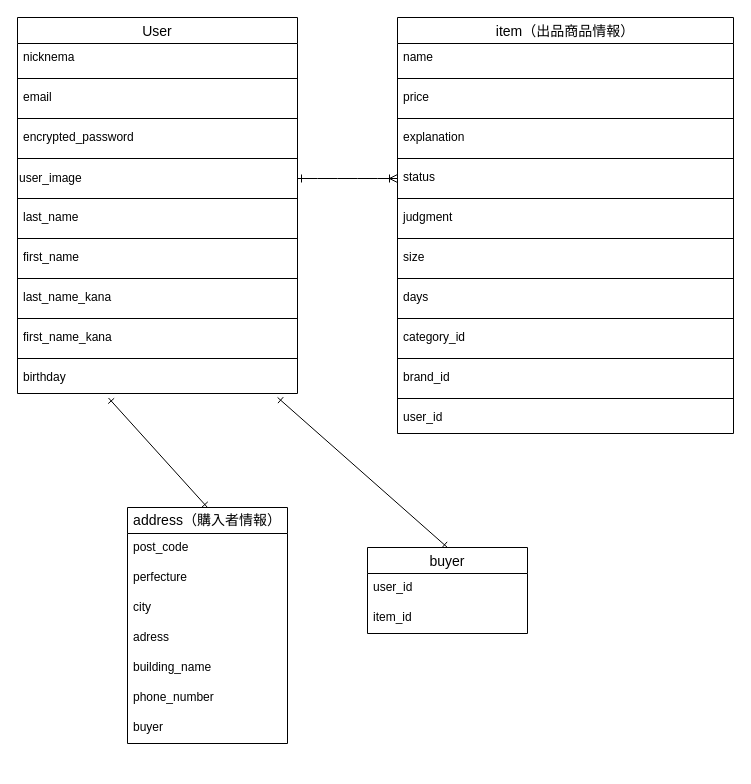
nocchicken/furima-39852 keeps this draw.io diagram as furima.dio. Above is the earlier version. Source tidied: cells renumbered, new cells numbered last; positions are measured from the earlier drawing's top-left corner, leaving out a move shared by most shapes. Both pictures are drawn from the tidied source at 100%, with x=0, y=0 at pixel (17, 17).
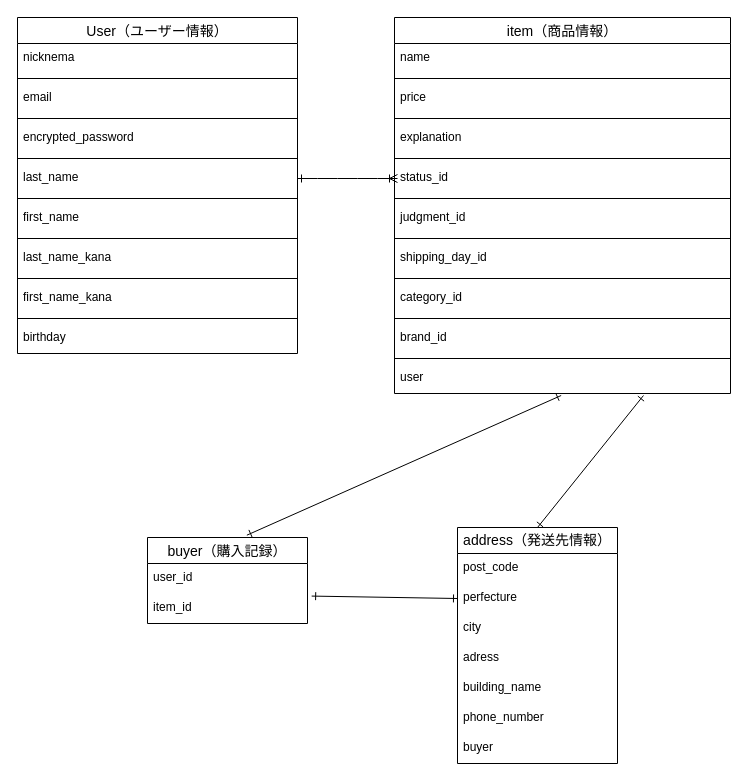
After the change.

Commit message (it also covers changes not shown here):
データベース設計　レビュー後修正3

https://gyazo.com/59d8d08cdedbf8d7a93b387734b20288

The change refers to these unchanged cells:
```xml
<mxCell id="43" value="item_id" style="text;strokeColor=none;fillColor=none;spacingLeft=4;spacingRight=4;overflow=hidden;points=[[0,0.5],[1,0.5]];portConstraint=eastwest;fontSize=12;" parent="41" vertex="1">
  <mxGeometry y="56" width="160" height="30" as="geometry" />
</mxCell>
<mxCell id="46" value="perfecture" style="text;strokeColor=none;fillColor=none;spacingLeft=4;spacingRight=4;overflow=hidden;points=[[0,0.5],[1,0.5]];portConstraint=eastwest;fontSize=12;" parent="44" vertex="1">
  <mxGeometry y="56" width="160" height="30" as="geometry" />
</mxCell>
```

Change to the diagram source:
```diff
@@
-    <mxCell id="2" value="User" style="swimlane;fontStyle=0;horizontal=1;startSize=26;align=center;fontSize=14;" parent="1" vertex="1">
-      <mxGeometry width="280" height="376" as="geometry" />
+    <mxCell id="2" value="User（ユーザー情報）" style="swimlane;fontStyle=0;horizontal=1;startSize=26;align=center;fontSize=14;" parent="1" vertex="1">
+      <mxGeometry width="280" height="336" as="geometry" />
     </mxCell>
@@
-    <mxCell id="8" style="line;strokeWidth=1;dashed=0;labelPosition=right;align=left;verticalAlign=middle;spacingTop=0;spacingLeft=6;" parent="2" vertex="1">
-      <mxGeometry y="136" width="280" height="10" as="geometry" />
-    </mxCell>
-    <mxCell id="9" value="user_image" style="text;html=1;align=left;verticalAlign=middle;strokeColor=none;fillColor=none;" parent="2" vertex="1">
-      <mxGeometry y="146" width="280" height="30" as="geometry" />
-    </mxCell>
     <mxCell id="10" style="line;strokeWidth=1;dashed=0;labelPosition=right;align=left;verticalAlign=middle;spacingTop=0;spacingLeft=6;" parent="2" vertex="1">
-      <mxGeometry y="176" width="280" height="10" as="geometry" />
+      <mxGeometry y="136" width="280" height="10" as="geometry" />
     </mxCell>
     <mxCell id="11" value="last_name" style="text;strokeColor=none;fillColor=none;spacingLeft=4;spacingRight=4;overflow=hidden;fontSize=12;" parent="2" vertex="1">
-      <mxGeometry y="186" width="280" height="30" as="geometry" />
+      <mxGeometry y="146" width="280" height="30" as="geometry" />
     </mxCell>
     <mxCell id="12" style="line;strokeWidth=1;dashed=0;labelPosition=right;align=left;verticalAlign=middle;spacingTop=0;spacingLeft=6;" parent="2" vertex="1">
-      <mxGeometry y="216" width="280" height="10" as="geometry" />
+      <mxGeometry y="176" width="280" height="10" as="geometry" />
     </mxCell>
     <mxCell id="13" value="first_name" style="text;strokeColor=none;fillColor=none;spacingLeft=4;spacingRight=4;overflow=hidden;fontSize=12;" parent="2" vertex="1">
-      <mxGeometry y="226" width="280" height="30" as="geometry" />
+      <mxGeometry y="186" width="280" height="30" as="geometry" />
     </mxCell>
     <mxCell id="14" style="line;strokeWidth=1;dashed=0;labelPosition=right;align=left;verticalAlign=middle;spacingTop=0;spacingLeft=6;" parent="2" vertex="1">
-      <mxGeometry y="256" width="280" height="10" as="geometry" />
+      <mxGeometry y="216" width="280" height="10" as="geometry" />
     </mxCell>
     <mxCell id="15" value="last_name_kana" style="text;strokeColor=none;fillColor=none;spacingLeft=4;spacingRight=4;overflow=hidden;fontSize=12;" parent="2" vertex="1">
-      <mxGeometry y="266" width="280" height="30" as="geometry" />
+      <mxGeometry y="226" width="280" height="30" as="geometry" />
     </mxCell>
     <mxCell id="16" style="line;strokeWidth=1;dashed=0;labelPosition=right;align=left;verticalAlign=middle;spacingTop=0;spacingLeft=6;" parent="2" vertex="1">
-      <mxGeometry y="296" width="280" height="10" as="geometry" />
+      <mxGeometry y="256" width="280" height="10" as="geometry" />
     </mxCell>
     <mxCell id="17" value="first_name_kana" style="text;strokeColor=none;fillColor=none;spacingLeft=4;spacingRight=4;overflow=hidden;fontSize=12;" parent="2" vertex="1">
-      <mxGeometry y="306" width="280" height="30" as="geometry" />
+      <mxGeometry y="266" width="280" height="30" as="geometry" />
     </mxCell>
     <mxCell id="18" style="line;strokeWidth=1;dashed=0;labelPosition=right;align=left;verticalAlign=middle;spacingTop=0;spacingLeft=6;" parent="2" vertex="1">
-      <mxGeometry y="336" width="280" height="10" as="geometry" />
+      <mxGeometry y="296" width="280" height="10" as="geometry" />
     </mxCell>
     <mxCell id="19" value="birthday" style="text;strokeColor=none;fillColor=none;spacingLeft=4;spacingRight=4;overflow=hidden;points=[[0,0.5],[1,0.5]];portConstraint=eastwest;fontSize=12;" parent="2" vertex="1">
-      <mxGeometry y="346" width="280" height="30" as="geometry" />
+      <mxGeometry y="306" width="280" height="30" as="geometry" />
     </mxCell>
-    <mxCell id="20" value="item（出品商品情報）" style="swimlane;fontStyle=0;horizontal=1;startSize=26;align=center;fontSize=14;" parent="1" vertex="1">
-      <mxGeometry x="380" width="336" height="416" as="geometry" />
+    <mxCell id="20" value="item（商品情報）" style="swimlane;fontStyle=0;horizontal=1;startSize=26;align=center;fontSize=14;" parent="1" vertex="1">
+      <mxGeometry x="377" width="336" height="376" as="geometry" />
     </mxCell>
@@
-    <mxCell id="27" value="status" style="text;strokeColor=none;fillColor=none;spacingLeft=4;spacingRight=4;overflow=hidden;fontSize=12;" parent="20" vertex="1">
+    <mxCell id="27" value="status_id" style="text;strokeColor=none;fillColor=none;spacingLeft=4;spacingRight=4;overflow=hidden;fontSize=12;" parent="20" vertex="1">
       <mxGeometry y="146" width="336" height="30" as="geometry" />
     </mxCell>
@@
-    <mxCell id="29" value="judgment" style="text;strokeColor=none;fillColor=none;spacingLeft=4;spacingRight=4;overflow=hidden;fontSize=12;" parent="20" vertex="1">
+    <mxCell id="29" value="judgment_id" style="text;strokeColor=none;fillColor=none;spacingLeft=4;spacingRight=4;overflow=hidden;fontSize=12;" parent="20" vertex="1">
       <mxGeometry y="186" width="336" height="30" as="geometry" />
     </mxCell>
-    <mxCell id="30" style="line;strokeWidth=1;dashed=0;labelPosition=right;align=left;verticalAlign=middle;spacingTop=0;spacingLeft=6;" parent="20" vertex="1">
-      <mxGeometry y="216" width="336" height="10" as="geometry" />
-    </mxCell>
-    <mxCell id="31" value="size" style="text;strokeColor=none;fillColor=none;spacingLeft=4;spacingRight=4;overflow=hidden;fontSize=12;" parent="20" vertex="1">
-      <mxGeometry y="226" width="336" height="30" as="geometry" />
-    </mxCell>
     <mxCell id="32" style="line;strokeWidth=1;dashed=0;labelPosition=right;align=left;verticalAlign=middle;spacingTop=0;spacingLeft=6;" parent="20" vertex="1">
-      <mxGeometry y="256" width="336" height="10" as="geometry" />
+      <mxGeometry y="216" width="336" height="10" as="geometry" />
     </mxCell>
-    <mxCell id="33" value="days" style="text;strokeColor=none;fillColor=none;spacingLeft=4;spacingRight=4;overflow=hidden;fontSize=12;" parent="20" vertex="1">
-      <mxGeometry y="266" width="336" height="30" as="geometry" />
+    <mxCell id="33" value="shipping_day_id" style="text;strokeColor=none;fillColor=none;spacingLeft=4;spacingRight=4;overflow=hidden;fontSize=12;" parent="20" vertex="1">
+      <mxGeometry y="226" width="336" height="30" as="geometry" />
     </mxCell>
     <mxCell id="34" style="line;strokeWidth=1;dashed=0;labelPosition=right;align=left;verticalAlign=middle;spacingTop=0;spacingLeft=6;" parent="20" vertex="1">
-      <mxGeometry y="296" width="336" height="10" as="geometry" />
+      <mxGeometry y="256" width="336" height="10" as="geometry" />
     </mxCell>
     <mxCell id="35" value="category_id" style="text;strokeColor=none;fillColor=none;spacingLeft=4;spacingRight=4;overflow=hidden;fontSize=12;" parent="20" vertex="1">
-      <mxGeometry y="306" width="336" height="30" as="geometry" />
+      <mxGeometry y="266" width="336" height="30" as="geometry" />
     </mxCell>
     <mxCell id="36" style="line;strokeWidth=1;dashed=0;labelPosition=right;align=left;verticalAlign=middle;spacingTop=0;spacingLeft=6;" parent="20" vertex="1">
-      <mxGeometry y="336" width="336" height="10" as="geometry" />
+      <mxGeometry y="296" width="336" height="10" as="geometry" />
     </mxCell>
     <mxCell id="37" value="brand_id" style="text;strokeColor=none;fillColor=none;spacingLeft=4;spacingRight=4;overflow=hidden;fontSize=12;" parent="20" vertex="1">
-      <mxGeometry y="346" width="336" height="30" as="geometry" />
+      <mxGeometry y="306" width="336" height="30" as="geometry" />
     </mxCell>
     <mxCell id="38" style="line;strokeWidth=1;dashed=0;labelPosition=right;align=left;verticalAlign=middle;spacingTop=0;spacingLeft=6;" parent="20" vertex="1">
-      <mxGeometry y="376" width="336" height="10" as="geometry" />
+      <mxGeometry y="336" width="336" height="10" as="geometry" />
     </mxCell>
-    <mxCell id="39" value="user_id" style="text;strokeColor=none;fillColor=none;spacingLeft=4;spacingRight=4;overflow=hidden;points=[[0,0.5],[1,0.5]];portConstraint=eastwest;fontSize=12;" parent="20" vertex="1">
-      <mxGeometry y="386" width="336" height="30" as="geometry" />
+    <mxCell id="39" value="user" style="text;strokeColor=none;fillColor=none;spacingLeft=4;spacingRight=4;overflow=hidden;points=[[0,0.5],[1,0.5]];portConstraint=eastwest;fontSize=12;" parent="20" vertex="1">
+      <mxGeometry y="346" width="336" height="30" as="geometry" />
     </mxCell>
@@
-    <mxCell id="41" value="buyer" style="swimlane;fontStyle=0;horizontal=1;startSize=26;align=center;fontSize=14;" parent="1" vertex="1">
-      <mxGeometry x="350" y="530" width="160" height="86" as="geometry" />
+    <mxCell id="41" value="buyer（購入記録）" style="swimlane;fontStyle=0;horizontal=1;startSize=26;align=center;fontSize=14;" parent="1" vertex="1">
+      <mxGeometry x="130" y="520" width="160" height="86" as="geometry" />
     </mxCell>
@@
-    <mxCell id="44" value="address（購入者情報）" style="swimlane;fontStyle=0;horizontal=1;startSize=26;align=center;fontSize=14;whiteSpace=wrap;" parent="1" vertex="1">
-      <mxGeometry x="110" y="490" width="160" height="236" as="geometry" />
+    <mxCell id="44" value="address（発送先情報）" style="swimlane;fontStyle=0;horizontal=1;startSize=26;align=center;fontSize=14;whiteSpace=wrap;" parent="1" vertex="1">
+      <mxGeometry x="440" y="510" width="160" height="236" as="geometry" />
     </mxCell>
@@
-    <mxCell id="52" style="fontSize=12;html=1;endArrow=ERone;startArrow=ERone;rounded=1;entryX=0.5;entryY=0;entryDx=0;entryDy=0;exitX=0.325;exitY=1.149;exitDx=0;exitDy=0;exitPerimeter=0;endFill=0;startFill=0;" parent="1" edge="1" source="19" target="44">
+    <mxCell id="52" style="fontSize=12;html=1;endArrow=ERone;startArrow=ERone;rounded=1;entryX=0.5;entryY=0;entryDx=0;entryDy=0;exitX=0.741;exitY=1.067;exitDx=0;exitDy=0;exitPerimeter=0;endFill=0;startFill=0;" parent="1" edge="1" source="39" target="44">
       <mxGeometry relative="1" as="geometry" />
     </mxCell>
+    <mxCell id="54" style="endArrow=ERone;html=1;rounded=0;exitX=0.496;exitY=1.067;exitDx=0;exitDy=0;exitPerimeter=0;entryX=0.621;entryY=-0.027;entryDx=0;entryDy=0;entryPerimeter=0;startArrow=ERone;startFill=0;endFill=0;" parent="1" edge="1" source="39" target="41">
+      <mxGeometry relative="1" as="geometry" />
+    </mxCell>
-    <mxCell id="53" style="fontSize=12;html=1;endArrow=ERone;startArrow=ERone;rounded=1;exitX=0.5;exitY=0;exitDx=0;exitDy=0;entryX=0.929;entryY=1.133;entryDx=0;entryDy=0;entryPerimeter=0;endFill=0;startFill=0;" parent="1" edge="1" source="41" target="19">
+    <mxCell id="53" style="fontSize=12;html=1;endArrow=ERone;startArrow=ERone;rounded=1;exitX=0;exitY=0.5;exitDx=0;exitDy=0;endFill=0;startFill=0;entryX=1.026;entryY=0.086;entryDx=0;entryDy=0;entryPerimeter=0;" parent="1" edge="1" source="46" target="43">
       <mxGeometry relative="1" as="geometry" />
     </mxCell>
```
